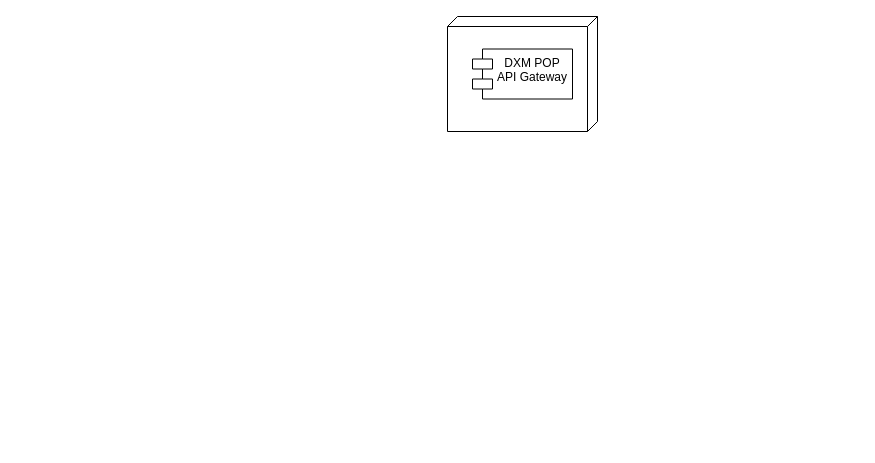
The draw.io diagram leyan/dxm/dxm_deployment_diagram.drawio in GeekKwok/UML, before the edit. Source tidied: cells renumbered, new cells numbered last; positions are measured from the earlier drawing's top-left corner, leaving out a move shared by most shapes. Both pictures are drawn from the tidied source at 100%, with x=0, y=0 at pixel (447, 16).
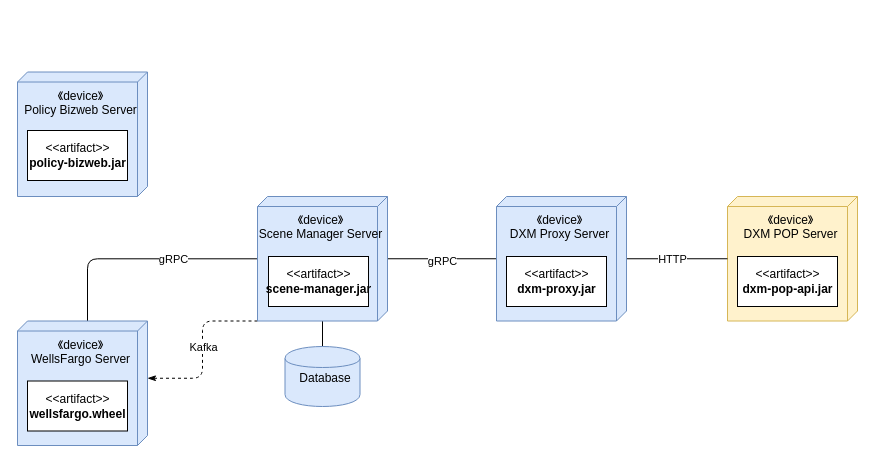
Above is the later version.

Diff of the diagram source:
```diff
@@
-    <mxCell id="2" style="verticalAlign=top;align=left;spacingTop=8;spacingLeft=2;spacingRight=12;shape=cube;size=10;direction=south;fontStyle=4;html=1;" parent="1" vertex="1">
-      <mxGeometry width="150" height="115" as="geometry" />
-    </mxCell>
-    <mxCell id="3" value="DXM POP&#10;API Gateway" style="shape=module;align=left;spacingLeft=20;align=center;verticalAlign=top;" parent="1" vertex="1">
-      <mxGeometry x="25" y="32.5" width="100" height="50" as="geometry" />
-    </mxCell>
+    <mxCell id="4" value="《device》&lt;br&gt;DXM POP&amp;nbsp;Server" style="verticalAlign=top;align=center;shape=cube;size=10;direction=south;fontStyle=0;html=1;boundedLbl=1;spacingLeft=5;fillColor=#fff2cc;strokeColor=#d6b656;" parent="1" vertex="1">
+      <mxGeometry x="280" y="180" width="130" height="124.5" as="geometry" />
+    </mxCell>
+    <mxCell id="5" style="edgeStyle=none;rounded=1;jettySize=auto;html=1;endArrow=none;endFill=0;startFill=1;" parent="1" edge="1" source="9" target="4">
+      <mxGeometry relative="1" as="geometry" />
+    </mxCell>
+    <mxCell id="6" value="HTTP" style="edgeLabel;html=1;align=center;verticalAlign=middle;" parent="5" vertex="1">
+      <mxGeometry x="-0.1" relative="1" as="geometry" />
+    </mxCell>
+    <mxCell id="7" style="edgeStyle=none;rounded=1;jettySize=auto;html=1;startFill=1;endArrow=none;endFill=0;" parent="1" edge="1" source="9" target="17">
+      <mxGeometry relative="1" as="geometry" />
+    </mxCell>
+    <mxCell id="8" value="gRPC" style="edgeLabel;html=1;align=center;verticalAlign=middle;" parent="7" vertex="1">
+      <mxGeometry x="0.01" y="2" relative="1" as="geometry" />
+    </mxCell>
+    <mxCell id="9" value="《device》&lt;br&gt;DXM Proxy Server" style="verticalAlign=top;align=center;shape=cube;size=10;direction=south;fontStyle=0;html=1;boundedLbl=1;spacingLeft=5;fillColor=#dae8fc;strokeColor=#6c8ebf;" parent="1" vertex="1">
+      <mxGeometry x="49" y="180" width="130" height="124.5" as="geometry" />
+    </mxCell>
+    <mxCell id="10" value="&amp;lt;&amp;lt;artifact&amp;gt;&amp;gt;&lt;br&gt;&lt;b&gt;dxm-pop-api.jar&lt;/b&gt;" style="text;html=1;align=center;verticalAlign=middle;dashed=0;fillColor=#ffffff;strokeColor=#000000;" parent="1" vertex="1">
+      <mxGeometry x="290" y="240" width="100" height="50" as="geometry" />
+    </mxCell>
+    <mxCell id="11" value="&amp;lt;&amp;lt;artifact&amp;gt;&amp;gt;&lt;br&gt;&lt;b&gt;dxm-proxy.jar&lt;/b&gt;" style="text;html=1;align=center;verticalAlign=middle;dashed=0;fillColor=#ffffff;strokeColor=#000000;" parent="1" vertex="1">
+      <mxGeometry x="59" y="240" width="100" height="50" as="geometry" />
+    </mxCell>
+    <mxCell id="12" style="edgeStyle=orthogonalEdgeStyle;rounded=1;jettySize=auto;html=1;startFill=1;endArrow=none;endFill=0;entryX=0;entryY=0;entryDx=0;entryDy=60;entryPerimeter=0;" parent="1" edge="1" source="17" target="19">
+      <mxGeometry relative="1" as="geometry" />
+    </mxCell>
+    <mxCell id="13" value="gRPC" style="edgeLabel;html=1;align=center;verticalAlign=middle;" parent="12" vertex="1">
+      <mxGeometry x="-0.27" relative="1" as="geometry" />
+    </mxCell>
+    <mxCell id="14" style="edgeStyle=none;rounded=1;jettySize=auto;html=1;startFill=1;endArrow=none;endFill=0;" parent="1" edge="1" source="17" target="21">
+      <mxGeometry relative="1" as="geometry" />
+    </mxCell>
+    <mxCell id="15" style="edgeStyle=elbowEdgeStyle;rounded=1;jettySize=auto;html=1;exitX=1;exitY=1;exitDx=0;exitDy=0;entryX=0;entryY=0;entryDx=57.25;entryDy=0;entryPerimeter=0;startFill=1;endArrow=classicThin;endFill=1;exitPerimeter=0;dashed=1;" parent="1" edge="1" source="17" target="19">
+      <mxGeometry relative="1" as="geometry" />
+    </mxCell>
+    <mxCell id="16" value="Kafka" style="edgeLabel;html=1;align=center;verticalAlign=middle;" parent="15" vertex="1">
+      <mxGeometry x="-0.19" relative="1" as="geometry">
+        <mxPoint y="12.5" as="offset" />
+      </mxGeometry>
+    </mxCell>
+    <mxCell id="17" value="《device》&lt;br&gt;Scene Manager Server" style="verticalAlign=top;align=center;shape=cube;size=10;direction=south;fontStyle=0;html=1;boundedLbl=1;spacingLeft=5;fillColor=#dae8fc;strokeColor=#6c8ebf;" parent="1" vertex="1">
+      <mxGeometry x="-190" y="180" width="130" height="124.5" as="geometry" />
+    </mxCell>
+    <mxCell id="18" value="&amp;lt;&amp;lt;artifact&amp;gt;&amp;gt;&lt;br&gt;&lt;b&gt;scene-manager.jar&lt;/b&gt;" style="text;html=1;align=center;verticalAlign=middle;dashed=0;fillColor=#ffffff;strokeColor=#000000;" parent="1" vertex="1">
+      <mxGeometry x="-179" y="240" width="100" height="50" as="geometry" />
+    </mxCell>
+    <mxCell id="19" value="《device》&lt;br&gt;WellsFargo Server" style="verticalAlign=top;align=center;shape=cube;size=10;direction=south;fontStyle=0;html=1;boundedLbl=1;spacingLeft=5;fillColor=#dae8fc;strokeColor=#6c8ebf;" parent="1" vertex="1">
+      <mxGeometry x="-430" y="304.5" width="130" height="124.5" as="geometry" />
+    </mxCell>
+    <mxCell id="20" value="&amp;lt;&amp;lt;artifact&amp;gt;&amp;gt;&lt;br&gt;&lt;b&gt;wellsfargo.wheel&lt;/b&gt;" style="text;html=1;align=center;verticalAlign=middle;dashed=0;fillColor=#ffffff;strokeColor=#000000;" parent="1" vertex="1">
+      <mxGeometry x="-420" y="364.5" width="100" height="50" as="geometry" />
+    </mxCell>
+    <mxCell id="21" value="Database" style="shape=cylinder;whiteSpace=wrap;html=1;boundedLbl=1;backgroundOutline=1;fontStyle=0;verticalAlign=top;strokeColor=#6c8ebf;fillColor=#dae8fc;spacingLeft=5;" parent="1" vertex="1">
+      <mxGeometry x="-162.5" y="330" width="75" height="60" as="geometry" />
+    </mxCell>
+    <mxCell id="22" value="《device》&lt;br&gt;Policy Bizweb Server" style="verticalAlign=top;align=center;shape=cube;size=10;direction=south;fontStyle=0;html=1;boundedLbl=1;spacingLeft=5;fillColor=#dae8fc;strokeColor=#6c8ebf;" parent="1" vertex="1">
+      <mxGeometry x="-430" y="55.5" width="130" height="124.5" as="geometry" />
+    </mxCell>
+    <mxCell id="23" value="&amp;lt;&amp;lt;artifact&amp;gt;&amp;gt;&lt;br&gt;&lt;b&gt;policy-bizweb.jar&lt;/b&gt;" style="text;html=1;align=center;verticalAlign=middle;dashed=0;fillColor=#ffffff;strokeColor=#000000;" parent="1" vertex="1">
+      <mxGeometry x="-420" y="114" width="100" height="50" as="geometry" />
+    </mxCell>
```
